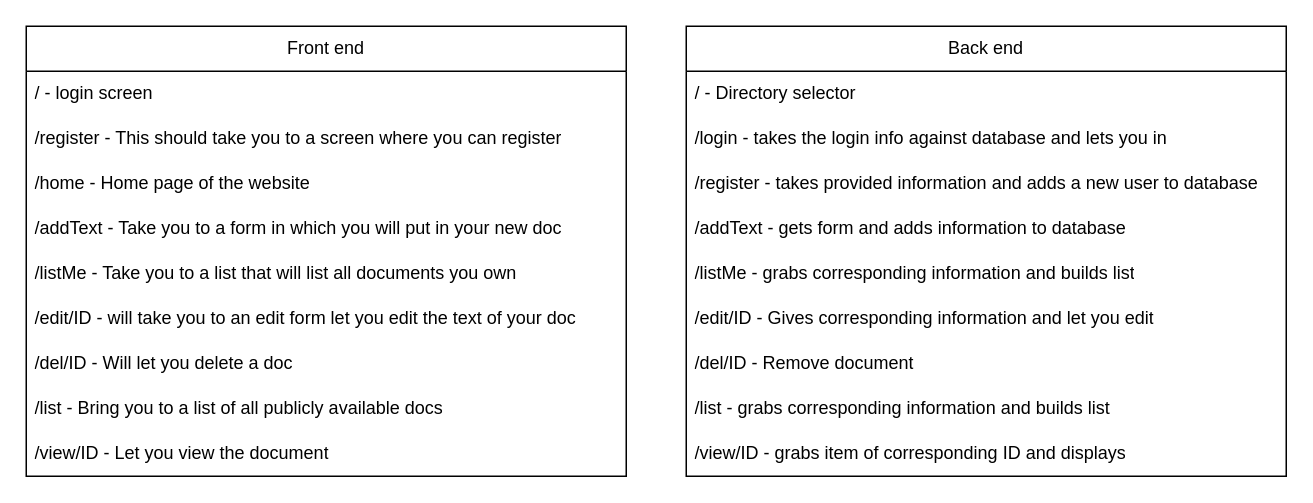
Earlier version of the draw.io diagram Docs/diagrams/Captone Website.drawio (supertrey2004/Secure-Multi-Layer-Network-Project---Capstone). Source tidied: cells renumbered, new cells numbered last; positions are measured from the earlier drawing's top-left corner, leaving out a move shared by most shapes. Both pictures are drawn from the tidied source at 150%, with x=0, y=0 at pixel (26, 26).
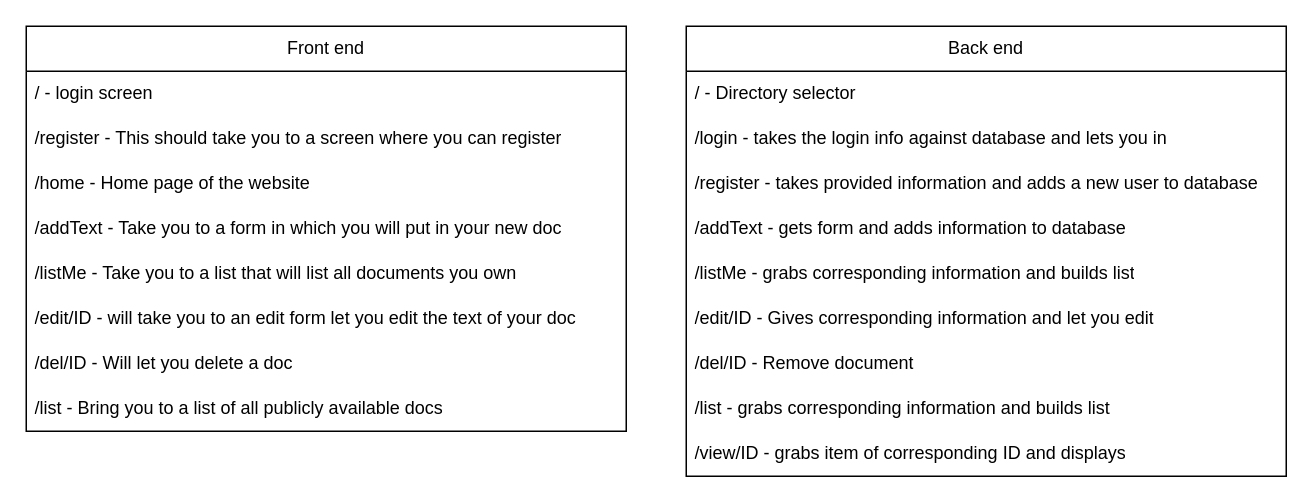
After the change.

The edit, as a diff of the source:
```diff
@@
     <mxCell id="2" value="Front end" style="swimlane;fontStyle=0;horizontal=1;startSize=30;whiteSpace=wrap;html=1;" parent="1" vertex="1">
-      <mxGeometry width="400" height="300" as="geometry" />
+      <mxGeometry width="400" height="270" as="geometry" />
     </mxCell>
@@
-    <mxCell id="11" value="/view/ID - Let you view the document" style="text;strokeColor=none;fillColor=none;align=left;verticalAlign=middle;spacingLeft=4;spacingRight=4;overflow=hidden;whiteSpace=wrap;html=1;" parent="2" vertex="1">
-      <mxGeometry y="270" width="400" height="30" as="geometry" />
-    </mxCell>
```
